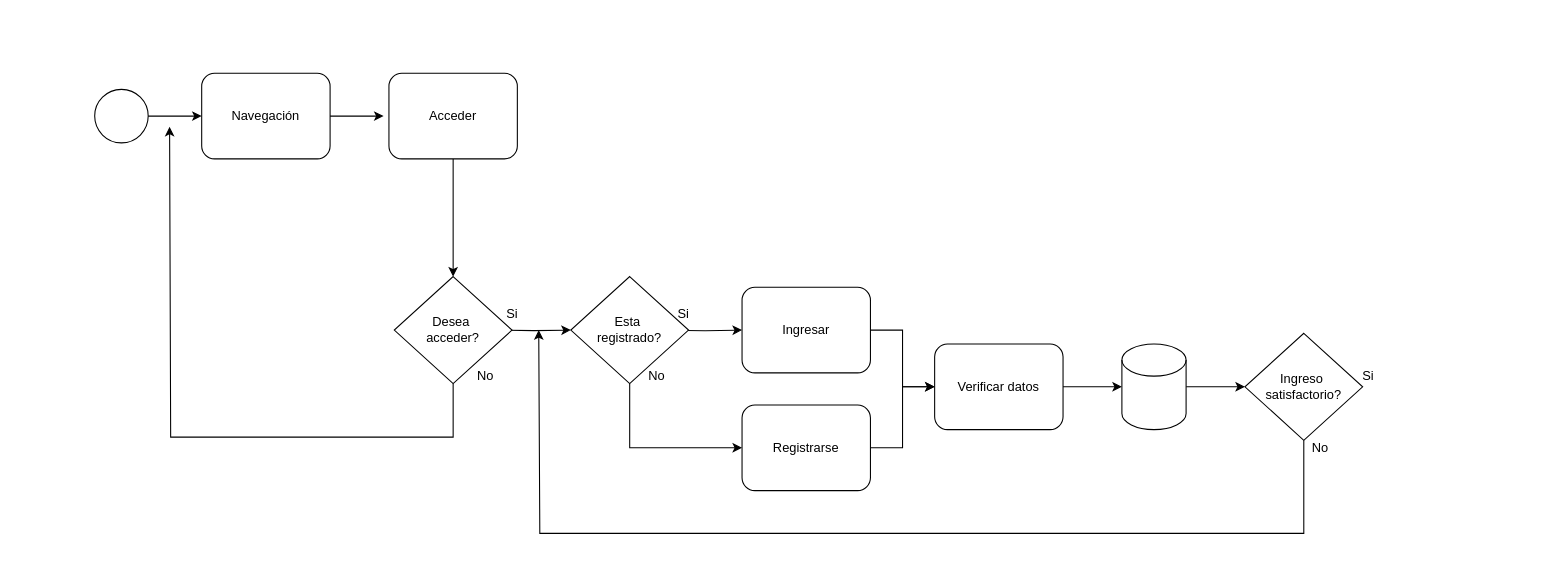
This is uploads/Diagrama sin título.drawio from Mogom/Imagenes_PetsHeaven, a draw.io file, before an edit. Source tidied: cells renumbered, new cells numbered last; positions are measured from the earlier drawing's top-left corner, leaving out a move shared by most shapes. Both pictures are drawn from the tidied source at 107%, with x=0, y=0 at pixel (94, 73).
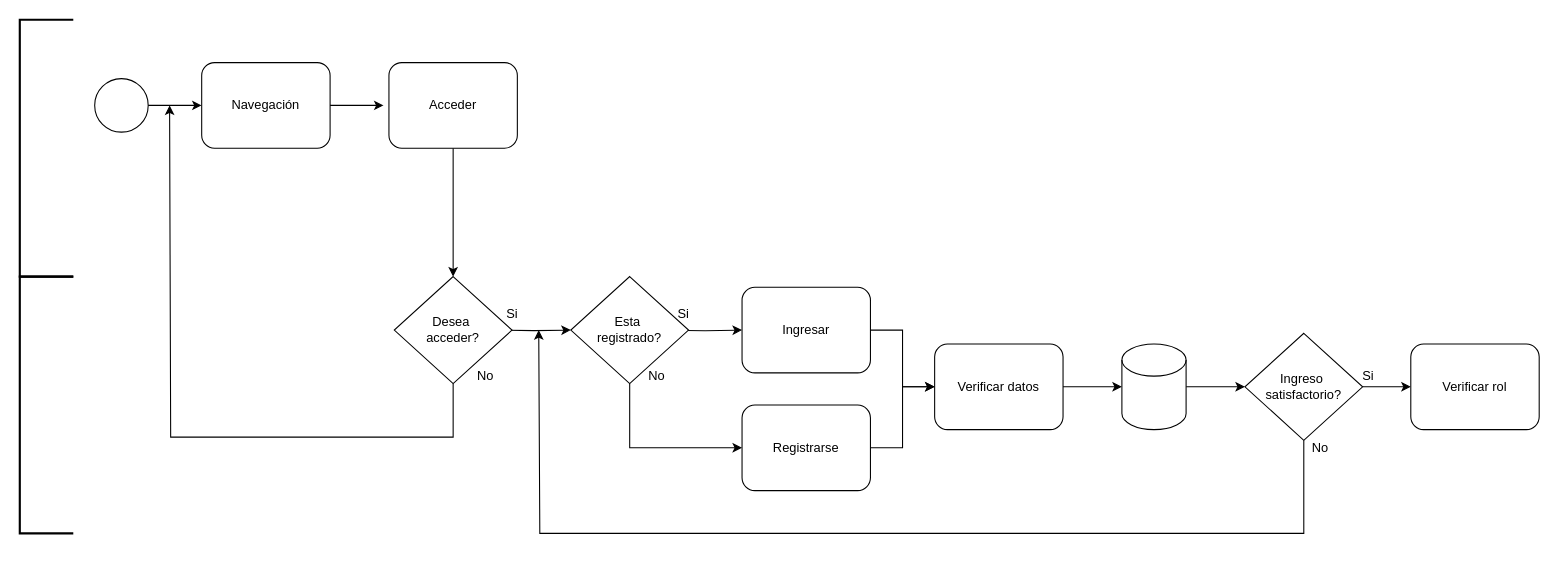
Above is the later version.

The change refers to these unchanged cells:
```xml
<mxCell id="17" value="Ingreso&amp;nbsp;&lt;div&gt;satisfactorio?&lt;/div&gt;" style="rhombus;whiteSpace=wrap;html=1;" parent="1" vertex="1">
  <mxGeometry x="1075" y="243" width="110" height="100" as="geometry" />
</mxCell>
<mxCell id="21" value="Desea&amp;nbsp;&lt;div&gt;acceder?&lt;/div&gt;" style="rhombus;whiteSpace=wrap;html=1;" parent="1" vertex="1">
  <mxGeometry x="280" y="190" width="110" height="100" as="geometry" />
</mxCell>
```

Change to the diagram source:
```diff
@@
     <mxCell id="2" style="shape=mxgraph.bpmn.shape;html=1;verticalLabelPosition=bottom;labelBackgroundColor=#ffffff;verticalAlign=top;perimeter=ellipsePerimeter;outline=standard;symbol=general;" parent="1" vertex="1">
-      <mxGeometry y="15" width="50" height="50" as="geometry" />
+      <mxGeometry y="5" width="50" height="50" as="geometry" />
     </mxCell>
     <mxCell id="3" value="Navegación" style="shape=ext;rounded=1;html=1;whiteSpace=wrap;" parent="1" vertex="1">
-      <mxGeometry x="100" width="120" height="80" as="geometry" />
+      <mxGeometry x="100" y="-10" width="120" height="80" as="geometry" />
     </mxCell>
@@
     <mxCell id="7" style="edgeStyle=orthogonalEdgeStyle;rounded=0;html=1;jettySize=auto;" parent="1" edge="1" source="3">
       <mxGeometry relative="1" as="geometry">
-        <mxPoint x="270" y="40" as="targetPoint" />
+        <mxPoint x="270" y="30" as="targetPoint" />
       </mxGeometry>
     </mxCell>
@@
+    <mxCell id="30" style="edgeStyle=orthogonalEdgeStyle;rounded=0;jettySize=auto;html=1;entryX=0;entryY=0.5;entryDx=0;entryDy=0;" parent="1" edge="1" source="17" target="31">
+      <mxGeometry relative="1" as="geometry" />
+    </mxCell>
@@
     <mxCell id="20" style="edgeStyle=orthogonalEdgeStyle;rounded=0;jettySize=auto;html=1;" parent="1" edge="1" source="21">
       <mxGeometry relative="1" as="geometry">
-        <mxPoint x="70" y="50" as="targetPoint" />
+        <mxPoint x="70" y="30" as="targetPoint" />
         <Array as="points">
           <mxPoint x="335" y="340" />
           <mxPoint x="71" y="340" />
-          <mxPoint x="71" y="50" />
         </Array>
       </mxGeometry>
     </mxCell>
@@
     <mxCell id="23" value="Acceder" style="shape=ext;rounded=1;html=1;whiteSpace=wrap;" parent="1" vertex="1">
-      <mxGeometry x="275" width="120" height="80" as="geometry" />
+      <mxGeometry x="275" y="-10" width="120" height="80" as="geometry" />
     </mxCell>
@@
+    <mxCell id="31" value="Verificar rol" style="shape=ext;rounded=1;html=1;whiteSpace=wrap;" parent="1" vertex="1">
+      <mxGeometry x="1230" y="253" width="120" height="80" as="geometry" />
+    </mxCell>
+    <mxCell id="32" style="strokeWidth=2;html=1;shape=mxgraph.flowchart.annotation_1;align=left;" parent="1" vertex="1">
+      <mxGeometry x="-70" y="-50" width="50" height="240" as="geometry" />
+    </mxCell>
+    <mxCell id="33" style="strokeWidth=2;html=1;shape=mxgraph.flowchart.annotation_1;align=left;" parent="1" vertex="1">
+      <mxGeometry x="-70" y="190" width="50" height="240" as="geometry" />
+    </mxCell>
```
